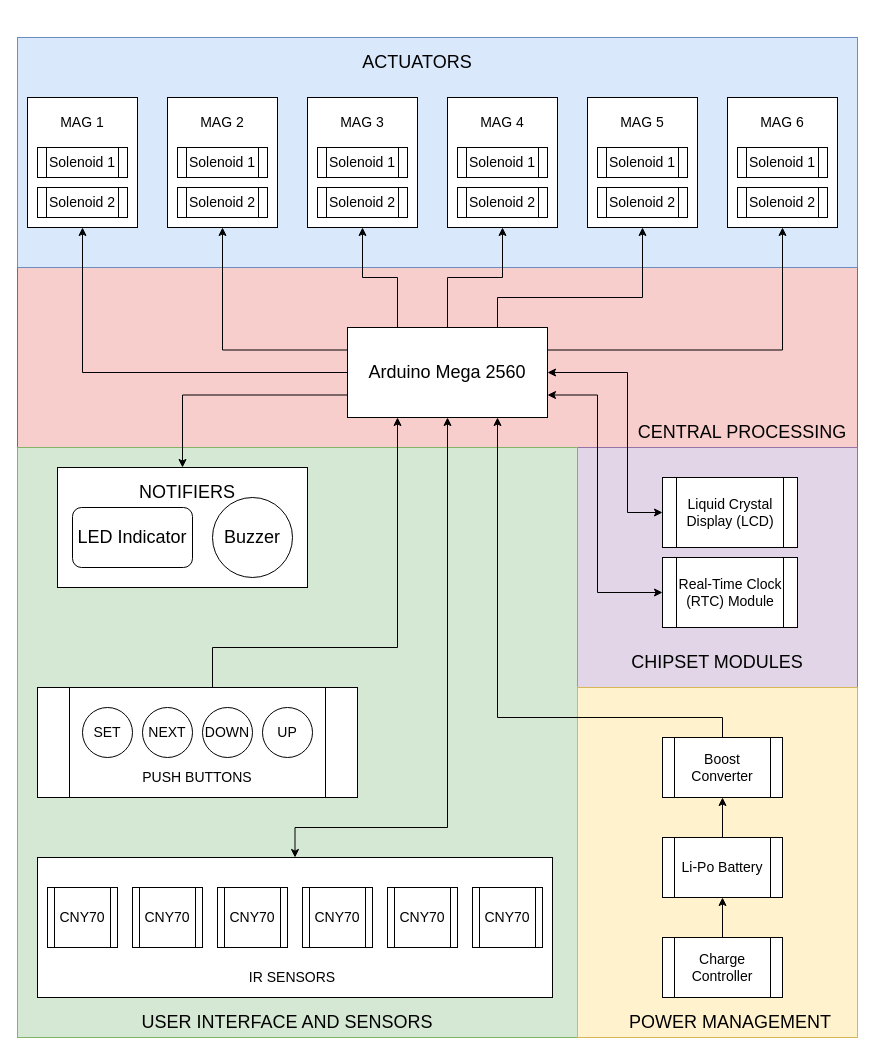
Earlier version of the draw.io diagram MAPUA Capstone Research 7_PillDispenser/PillDispenser.drawio (KennyNeutron/MCM-Capstone). Source tidied: cells renumbered, new cells numbered last; positions are measured from the earlier drawing's top-left corner, leaving out a move shared by most shapes. Both pictures are drawn from the tidied source at 100%, with x=0, y=0 at pixel (17, 37).
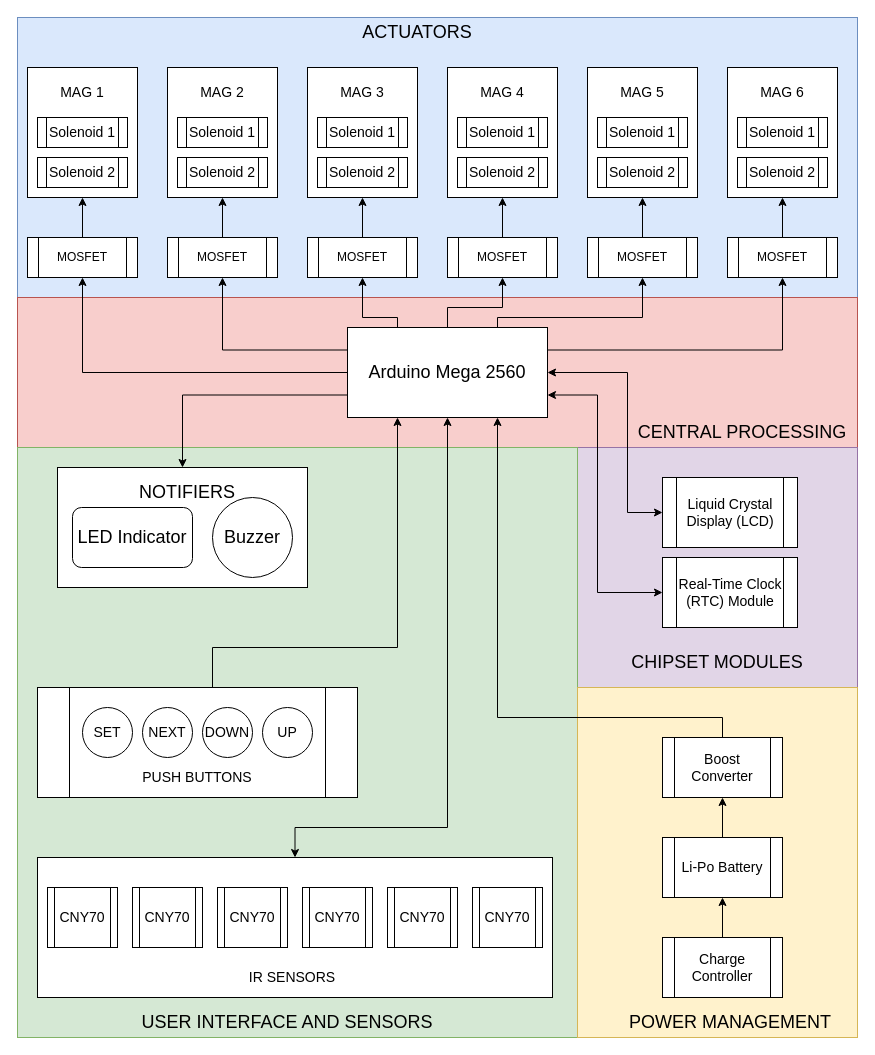
Above is the later version.

The change refers to these unchanged cells:
```xml
<mxCell id="17" value="&lt;font style=&quot;font-size: 18px;&quot;&gt;Arduino Mega 2560&lt;/font&gt;" style="rounded=0;whiteSpace=wrap;html=1;fontSize=14;" parent="1" vertex="1">
  <mxGeometry x="330" y="290" width="200" height="90" as="geometry" />
</mxCell>
```

Diff of the diagram source:
```diff
@@
+    <mxCell id="74" style="rounded=0;whiteSpace=wrap;html=1;fillColor=#dae8fc;strokeColor=#6c8ebf;" parent="1" vertex="1">
+      <mxGeometry y="-20" width="840" height="280" as="geometry" />
+    </mxCell>
     <mxCell id="2" style="rounded=0;whiteSpace=wrap;html=1;fontSize=18;fillColor=#f8cecc;strokeColor=#b85450;" parent="1" vertex="1">
-      <mxGeometry y="230" width="840" height="180" as="geometry" />
+      <mxGeometry y="260" width="840" height="150" as="geometry" />
     </mxCell>
@@
-    <mxCell id="7" style="rounded=0;whiteSpace=wrap;html=1;fontSize=18;fillColor=#dae8fc;strokeColor=#6c8ebf;" parent="1" vertex="1">
-      <mxGeometry width="840" height="230" as="geometry" />
-    </mxCell>
@@
-    <mxCell id="10" style="edgeStyle=orthogonalEdgeStyle;rounded=0;jettySize=auto;html=1;exitX=0;exitY=0.5;exitDx=0;exitDy=0;entryX=0.5;entryY=1;entryDx=0;entryDy=0;fontSize=18;startArrow=none;startFill=0;" parent="1" edge="1" source="17" target="18">
-      <mxGeometry relative="1" as="geometry" />
-    </mxCell>
-    <mxCell id="11" style="edgeStyle=orthogonalEdgeStyle;rounded=0;jettySize=auto;html=1;exitX=0;exitY=0.25;exitDx=0;exitDy=0;entryX=0.5;entryY=1;entryDx=0;entryDy=0;fontSize=18;startArrow=none;startFill=0;" parent="1" edge="1" source="17" target="22">
-      <mxGeometry relative="1" as="geometry" />
-    </mxCell>
-    <mxCell id="12" style="edgeStyle=orthogonalEdgeStyle;rounded=0;jettySize=auto;html=1;exitX=0.25;exitY=0;exitDx=0;exitDy=0;entryX=0.5;entryY=1;entryDx=0;entryDy=0;fontSize=18;startArrow=none;startFill=0;" parent="1" edge="1" source="17" target="26">
-      <mxGeometry relative="1" as="geometry" />
-    </mxCell>
-    <mxCell id="13" style="edgeStyle=orthogonalEdgeStyle;rounded=0;jettySize=auto;html=1;exitX=0.5;exitY=0;exitDx=0;exitDy=0;entryX=0.5;entryY=1;entryDx=0;entryDy=0;fontSize=18;startArrow=none;startFill=0;" parent="1" edge="1" source="17" target="30">
-      <mxGeometry relative="1" as="geometry" />
-    </mxCell>
-    <mxCell id="14" style="edgeStyle=orthogonalEdgeStyle;rounded=0;jettySize=auto;html=1;exitX=0.75;exitY=0;exitDx=0;exitDy=0;entryX=0.5;entryY=1;entryDx=0;entryDy=0;fontSize=18;startArrow=none;startFill=0;" parent="1" edge="1" source="17" target="34">
-      <mxGeometry relative="1" as="geometry">
-        <Array as="points">
-          <mxPoint x="480" y="260" />
-          <mxPoint x="625" y="260" />
-        </Array>
-      </mxGeometry>
-    </mxCell>
-    <mxCell id="15" style="edgeStyle=orthogonalEdgeStyle;rounded=0;jettySize=auto;html=1;exitX=1;exitY=0.25;exitDx=0;exitDy=0;entryX=0.5;entryY=1;entryDx=0;entryDy=0;fontSize=18;startArrow=none;startFill=0;" parent="1" edge="1" source="17" target="38">
-      <mxGeometry relative="1" as="geometry" />
-    </mxCell>
@@
+    <mxCell id="75" style="edgeStyle=orthogonalEdgeStyle;rounded=0;jettySize=auto;html=1;exitX=0;exitY=0.5;exitDx=0;exitDy=0;" parent="1" edge="1" source="17" target="82">
+      <mxGeometry relative="1" as="geometry" />
+    </mxCell>
+    <mxCell id="76" style="edgeStyle=orthogonalEdgeStyle;rounded=0;jettySize=auto;html=1;exitX=0;exitY=0.25;exitDx=0;exitDy=0;" parent="1" edge="1" source="17" target="84">
+      <mxGeometry relative="1" as="geometry" />
+    </mxCell>
+    <mxCell id="77" style="edgeStyle=orthogonalEdgeStyle;rounded=0;jettySize=auto;html=1;exitX=0.25;exitY=0;exitDx=0;exitDy=0;" parent="1" edge="1" source="17" target="86">
+      <mxGeometry relative="1" as="geometry">
+        <Array as="points">
+          <mxPoint x="380" y="280" />
+          <mxPoint x="345" y="280" />
+        </Array>
+      </mxGeometry>
+    </mxCell>
+    <mxCell id="78" style="edgeStyle=orthogonalEdgeStyle;rounded=0;jettySize=auto;html=1;exitX=0.5;exitY=0;exitDx=0;exitDy=0;entryX=0.5;entryY=1;entryDx=0;entryDy=0;" parent="1" edge="1" source="17" target="88">
+      <mxGeometry relative="1" as="geometry">
+        <Array as="points">
+          <mxPoint x="430" y="270" />
+          <mxPoint x="485" y="270" />
+        </Array>
+      </mxGeometry>
+    </mxCell>
+    <mxCell id="79" style="edgeStyle=orthogonalEdgeStyle;rounded=0;jettySize=auto;html=1;exitX=0.75;exitY=0;exitDx=0;exitDy=0;entryX=0.5;entryY=1;entryDx=0;entryDy=0;" parent="1" edge="1" source="17" target="90">
+      <mxGeometry relative="1" as="geometry">
+        <Array as="points">
+          <mxPoint x="480" y="280" />
+          <mxPoint x="625" y="280" />
+        </Array>
+      </mxGeometry>
+    </mxCell>
+    <mxCell id="80" style="edgeStyle=orthogonalEdgeStyle;rounded=0;jettySize=auto;html=1;exitX=1;exitY=0.25;exitDx=0;exitDy=0;entryX=0.5;entryY=1;entryDx=0;entryDy=0;" parent="1" edge="1" source="17" target="92">
+      <mxGeometry relative="1" as="geometry" />
+    </mxCell>
@@
     <mxCell id="18" style="rounded=0;whiteSpace=wrap;html=1;fontSize=14;" parent="1" vertex="1">
-      <mxGeometry x="10" y="60" width="110" height="130" as="geometry" />
+      <mxGeometry x="10" y="30" width="110" height="130" as="geometry" />
     </mxCell>
     <mxCell id="19" value="Solenoid 1" style="shape=process;whiteSpace=wrap;html=1;backgroundOutline=1;fontSize=14;" parent="1" vertex="1">
-      <mxGeometry x="20" y="110" width="90" height="30" as="geometry" />
+      <mxGeometry x="20" y="80" width="90" height="30" as="geometry" />
     </mxCell>
     <mxCell id="20" value="Solenoid 2" style="shape=process;whiteSpace=wrap;html=1;backgroundOutline=1;fontSize=14;" parent="1" vertex="1">
-      <mxGeometry x="20" y="150" width="90" height="30" as="geometry" />
+      <mxGeometry x="20" y="120" width="90" height="30" as="geometry" />
     </mxCell>
     <mxCell id="21" value="MAG 1" style="text;html=1;strokeColor=none;fillColor=none;align=center;verticalAlign=middle;whiteSpace=wrap;rounded=0;fontSize=14;" parent="1" vertex="1">
-      <mxGeometry x="35" y="70" width="60" height="30" as="geometry" />
+      <mxGeometry x="35" y="40" width="60" height="30" as="geometry" />
     </mxCell>
     <mxCell id="22" style="rounded=0;whiteSpace=wrap;html=1;fontSize=14;" parent="1" vertex="1">
-      <mxGeometry x="150" y="60" width="110" height="130" as="geometry" />
+      <mxGeometry x="150" y="30" width="110" height="130" as="geometry" />
     </mxCell>
     <mxCell id="23" value="Solenoid 1" style="shape=process;whiteSpace=wrap;html=1;backgroundOutline=1;fontSize=14;" parent="1" vertex="1">
-      <mxGeometry x="160" y="110" width="90" height="30" as="geometry" />
+      <mxGeometry x="160" y="80" width="90" height="30" as="geometry" />
     </mxCell>
     <mxCell id="24" value="Solenoid 2" style="shape=process;whiteSpace=wrap;html=1;backgroundOutline=1;fontSize=14;" parent="1" vertex="1">
-      <mxGeometry x="160" y="150" width="90" height="30" as="geometry" />
+      <mxGeometry x="160" y="120" width="90" height="30" as="geometry" />
     </mxCell>
     <mxCell id="25" value="MAG 2" style="text;html=1;strokeColor=none;fillColor=none;align=center;verticalAlign=middle;whiteSpace=wrap;rounded=0;fontSize=14;" parent="1" vertex="1">
-      <mxGeometry x="175" y="70" width="60" height="30" as="geometry" />
+      <mxGeometry x="175" y="40" width="60" height="30" as="geometry" />
     </mxCell>
     <mxCell id="26" style="rounded=0;whiteSpace=wrap;html=1;fontSize=14;" parent="1" vertex="1">
-      <mxGeometry x="290" y="60" width="110" height="130" as="geometry" />
+      <mxGeometry x="290" y="30" width="110" height="130" as="geometry" />
     </mxCell>
     <mxCell id="27" value="Solenoid 1" style="shape=process;whiteSpace=wrap;html=1;backgroundOutline=1;fontSize=14;" parent="1" vertex="1">
-      <mxGeometry x="300" y="110" width="90" height="30" as="geometry" />
+      <mxGeometry x="300" y="80" width="90" height="30" as="geometry" />
     </mxCell>
     <mxCell id="28" value="Solenoid 2" style="shape=process;whiteSpace=wrap;html=1;backgroundOutline=1;fontSize=14;" parent="1" vertex="1">
-      <mxGeometry x="300" y="150" width="90" height="30" as="geometry" />
+      <mxGeometry x="300" y="120" width="90" height="30" as="geometry" />
     </mxCell>
     <mxCell id="29" value="MAG 3" style="text;html=1;strokeColor=none;fillColor=none;align=center;verticalAlign=middle;whiteSpace=wrap;rounded=0;fontSize=14;" parent="1" vertex="1">
-      <mxGeometry x="315" y="70" width="60" height="30" as="geometry" />
+      <mxGeometry x="315" y="40" width="60" height="30" as="geometry" />
     </mxCell>
     <mxCell id="30" style="rounded=0;whiteSpace=wrap;html=1;fontSize=14;" parent="1" vertex="1">
-      <mxGeometry x="430" y="60" width="110" height="130" as="geometry" />
+      <mxGeometry x="430" y="30" width="110" height="130" as="geometry" />
     </mxCell>
     <mxCell id="31" value="Solenoid 1" style="shape=process;whiteSpace=wrap;html=1;backgroundOutline=1;fontSize=14;" parent="1" vertex="1">
-      <mxGeometry x="440" y="110" width="90" height="30" as="geometry" />
+      <mxGeometry x="440" y="80" width="90" height="30" as="geometry" />
     </mxCell>
     <mxCell id="32" value="Solenoid 2" style="shape=process;whiteSpace=wrap;html=1;backgroundOutline=1;fontSize=14;" parent="1" vertex="1">
-      <mxGeometry x="440" y="150" width="90" height="30" as="geometry" />
+      <mxGeometry x="440" y="120" width="90" height="30" as="geometry" />
     </mxCell>
     <mxCell id="33" value="MAG 4" style="text;html=1;strokeColor=none;fillColor=none;align=center;verticalAlign=middle;whiteSpace=wrap;rounded=0;fontSize=14;" parent="1" vertex="1">
-      <mxGeometry x="455" y="70" width="60" height="30" as="geometry" />
+      <mxGeometry x="455" y="40" width="60" height="30" as="geometry" />
     </mxCell>
     <mxCell id="34" style="rounded=0;whiteSpace=wrap;html=1;fontSize=14;" parent="1" vertex="1">
-      <mxGeometry x="570" y="60" width="110" height="130" as="geometry" />
+      <mxGeometry x="570" y="30" width="110" height="130" as="geometry" />
     </mxCell>
     <mxCell id="35" value="Solenoid 1" style="shape=process;whiteSpace=wrap;html=1;backgroundOutline=1;fontSize=14;" parent="1" vertex="1">
-      <mxGeometry x="580" y="110" width="90" height="30" as="geometry" />
+      <mxGeometry x="580" y="80" width="90" height="30" as="geometry" />
     </mxCell>
     <mxCell id="36" value="Solenoid 2" style="shape=process;whiteSpace=wrap;html=1;backgroundOutline=1;fontSize=14;" parent="1" vertex="1">
-      <mxGeometry x="580" y="150" width="90" height="30" as="geometry" />
+      <mxGeometry x="580" y="120" width="90" height="30" as="geometry" />
     </mxCell>
     <mxCell id="37" value="MAG 5" style="text;html=1;strokeColor=none;fillColor=none;align=center;verticalAlign=middle;whiteSpace=wrap;rounded=0;fontSize=14;" parent="1" vertex="1">
-      <mxGeometry x="595" y="70" width="60" height="30" as="geometry" />
+      <mxGeometry x="595" y="40" width="60" height="30" as="geometry" />
     </mxCell>
     <mxCell id="38" style="rounded=0;whiteSpace=wrap;html=1;fontSize=14;" parent="1" vertex="1">
-      <mxGeometry x="710" y="60" width="110" height="130" as="geometry" />
+      <mxGeometry x="710" y="30" width="110" height="130" as="geometry" />
     </mxCell>
     <mxCell id="39" value="Solenoid 1" style="shape=process;whiteSpace=wrap;html=1;backgroundOutline=1;fontSize=14;" parent="1" vertex="1">
-      <mxGeometry x="720" y="110" width="90" height="30" as="geometry" />
+      <mxGeometry x="720" y="80" width="90" height="30" as="geometry" />
     </mxCell>
     <mxCell id="40" value="Solenoid 2" style="shape=process;whiteSpace=wrap;html=1;backgroundOutline=1;fontSize=14;" parent="1" vertex="1">
-      <mxGeometry x="720" y="150" width="90" height="30" as="geometry" />
+      <mxGeometry x="720" y="120" width="90" height="30" as="geometry" />
     </mxCell>
     <mxCell id="41" value="MAG 6" style="text;html=1;strokeColor=none;fillColor=none;align=center;verticalAlign=middle;whiteSpace=wrap;rounded=0;fontSize=14;" parent="1" vertex="1">
-      <mxGeometry x="735" y="70" width="60" height="30" as="geometry" />
+      <mxGeometry x="735" y="40" width="60" height="30" as="geometry" />
     </mxCell>
@@
     <mxCell id="73" value="ACTUATORS" style="text;html=1;strokeColor=none;fillColor=none;align=center;verticalAlign=middle;whiteSpace=wrap;rounded=0;fontSize=18;" parent="1" vertex="1">
-      <mxGeometry x="285" y="10" width="230" height="30" as="geometry" />
+      <mxGeometry x="285" y="-20" width="230" height="30" as="geometry" />
     </mxCell>
+    <mxCell id="81" style="edgeStyle=orthogonalEdgeStyle;rounded=0;jettySize=auto;html=1;exitX=0.5;exitY=0;exitDx=0;exitDy=0;entryX=0.5;entryY=1;entryDx=0;entryDy=0;" parent="1" edge="1" source="82" target="18">
+      <mxGeometry relative="1" as="geometry" />
+    </mxCell>
+    <mxCell id="82" value="MOSFET" style="shape=process;whiteSpace=wrap;html=1;backgroundOutline=1;" parent="1" vertex="1">
+      <mxGeometry x="10" y="200" width="110" height="40" as="geometry" />
+    </mxCell>
+    <mxCell id="83" style="edgeStyle=orthogonalEdgeStyle;rounded=0;jettySize=auto;html=1;exitX=0.5;exitY=0;exitDx=0;exitDy=0;entryX=0.5;entryY=1;entryDx=0;entryDy=0;" parent="1" edge="1" source="84" target="22">
+      <mxGeometry relative="1" as="geometry" />
+    </mxCell>
+    <mxCell id="84" value="MOSFET" style="shape=process;whiteSpace=wrap;html=1;backgroundOutline=1;" parent="1" vertex="1">
+      <mxGeometry x="150" y="200" width="110" height="40" as="geometry" />
+    </mxCell>
+    <mxCell id="85" style="edgeStyle=orthogonalEdgeStyle;rounded=0;jettySize=auto;html=1;exitX=0.5;exitY=0;exitDx=0;exitDy=0;entryX=0.5;entryY=1;entryDx=0;entryDy=0;" parent="1" edge="1" source="86" target="26">
+      <mxGeometry relative="1" as="geometry" />
+    </mxCell>
+    <mxCell id="86" value="MOSFET" style="shape=process;whiteSpace=wrap;html=1;backgroundOutline=1;" parent="1" vertex="1">
+      <mxGeometry x="290" y="200" width="110" height="40" as="geometry" />
+    </mxCell>
+    <mxCell id="87" style="edgeStyle=orthogonalEdgeStyle;rounded=0;jettySize=auto;html=1;exitX=0.5;exitY=0;exitDx=0;exitDy=0;entryX=0.5;entryY=1;entryDx=0;entryDy=0;" parent="1" edge="1" source="88" target="30">
+      <mxGeometry relative="1" as="geometry" />
+    </mxCell>
+    <mxCell id="88" value="MOSFET" style="shape=process;whiteSpace=wrap;html=1;backgroundOutline=1;" parent="1" vertex="1">
+      <mxGeometry x="430" y="200" width="110" height="40" as="geometry" />
+    </mxCell>
+    <mxCell id="89" style="edgeStyle=orthogonalEdgeStyle;rounded=0;jettySize=auto;html=1;exitX=0.5;exitY=0;exitDx=0;exitDy=0;entryX=0.5;entryY=1;entryDx=0;entryDy=0;" parent="1" edge="1" source="90" target="34">
+      <mxGeometry relative="1" as="geometry" />
+    </mxCell>
+    <mxCell id="90" value="MOSFET" style="shape=process;whiteSpace=wrap;html=1;backgroundOutline=1;" parent="1" vertex="1">
+      <mxGeometry x="570" y="200" width="110" height="40" as="geometry" />
+    </mxCell>
+    <mxCell id="91" style="edgeStyle=orthogonalEdgeStyle;rounded=0;jettySize=auto;html=1;exitX=0.5;exitY=0;exitDx=0;exitDy=0;entryX=0.5;entryY=1;entryDx=0;entryDy=0;" parent="1" edge="1" source="92" target="38">
+      <mxGeometry relative="1" as="geometry" />
+    </mxCell>
+    <mxCell id="92" value="MOSFET" style="shape=process;whiteSpace=wrap;html=1;backgroundOutline=1;" parent="1" vertex="1">
+      <mxGeometry x="710" y="200" width="110" height="40" as="geometry" />
+    </mxCell>
```
